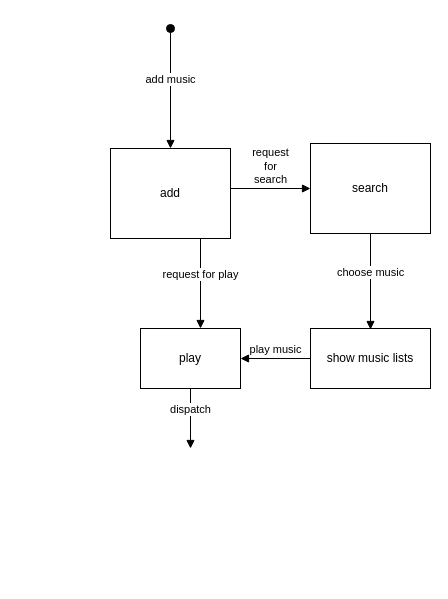
This is state-diagram-1.drawio from MohammadJavadVaez/Soft-Engineering-1-project, a draw.io file, before an edit. Source tidied: cells renumbered, new cells numbered last; positions are measured from the earlier drawing's top-left corner, leaving out a move shared by most shapes. Both pictures are drawn from the tidied source at 100%, with x=0, y=0 at pixel (110, 28).
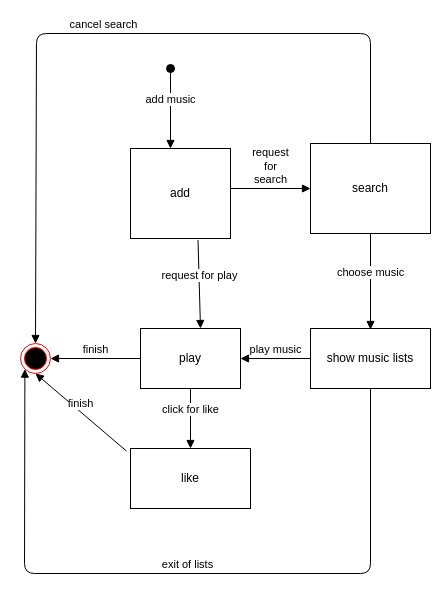
The same page after the edit.

The change refers to these unchanged cells:
```xml
<mxCell id="5" value="search" style="rounded=0;whiteSpace=wrap;html=1;" parent="1" vertex="1">
  <mxGeometry x="200" y="115" width="120" height="90" as="geometry" />
</mxCell>
<mxCell id="7" value="play" style="rounded=0;whiteSpace=wrap;html=1;" parent="1" vertex="1">
  <mxGeometry x="30" y="300" width="100" height="60" as="geometry" />
</mxCell>
<mxCell id="8" value="show music lists" style="rounded=0;whiteSpace=wrap;html=1;" parent="1" vertex="1">
  <mxGeometry x="200" y="300" width="120" height="60" as="geometry" />
</mxCell>
```

Change to the diagram source:
```diff
@@
     <mxCell id="2" value="add music" style="html=1;verticalAlign=bottom;startArrow=oval;startFill=1;endArrow=block;startSize=8;" parent="1" edge="1">
       <mxGeometry relative="1" as="geometry">
-        <mxPoint x="60" as="sourcePoint" />
+        <mxPoint x="60" y="40" as="sourcePoint" />
         <mxPoint x="60" y="120" as="targetPoint" />
       </mxGeometry>
     </mxCell>
     <mxCell id="3" value="add" style="rounded=0;whiteSpace=wrap;html=1;" parent="1" vertex="1">
-      <mxGeometry y="120" width="120" height="90" as="geometry" />
+      <mxGeometry x="20" y="120" width="100" height="90" as="geometry" />
     </mxCell>
@@
-    <mxCell id="6" value="request for play" style="html=1;verticalAlign=bottom;endArrow=block;exitX=0.75;exitY=1;exitDx=0;exitDy=0;" parent="1" edge="1" source="3">
+    <mxCell id="6" value="request for play" style="html=1;verticalAlign=bottom;endArrow=block;exitX=0.675;exitY=1.018;exitDx=0;exitDy=0;exitPerimeter=0;" parent="1" edge="1" source="3">
       <mxGeometry relative="1" as="geometry">
         <mxPoint x="90" y="300" as="targetPoint" />
       </mxGeometry>
     </mxCell>
@@
-    <mxCell id="11" value="dispatch" style="html=1;verticalAlign=bottom;endArrow=block;exitX=0.5;exitY=1;exitDx=0;exitDy=0;" parent="1" edge="1" source="7">
-      <mxGeometry relative="1" as="geometry">
-        <mxPoint x="80" y="420" as="targetPoint" />
-      </mxGeometry>
-    </mxCell>
+    <mxCell id="12" value="click for like" style="html=1;verticalAlign=bottom;endArrow=block;exitX=0.5;exitY=1;exitDx=0;exitDy=0;" parent="1" edge="1" source="7">
+      <mxGeometry relative="1" as="geometry">
+        <mxPoint x="80" y="420" as="targetPoint" />
+      </mxGeometry>
+    </mxCell>
+    <mxCell id="13" value="like" style="rounded=0;whiteSpace=wrap;html=1;" parent="1" vertex="1">
+      <mxGeometry x="20" y="420" width="120" height="60" as="geometry" />
+    </mxCell>
+    <mxCell id="14" value="finish" style="html=1;verticalAlign=bottom;endArrow=block;exitX=0;exitY=0.5;exitDx=0;exitDy=0;" parent="1" edge="1" source="7">
+      <mxGeometry relative="1" as="geometry">
+        <mxPoint x="-60" y="330" as="targetPoint" />
+      </mxGeometry>
+    </mxCell>
+    <mxCell id="15" style="ellipse;html=1;shape=endState;fillColor=#000000;strokeColor=#ff0000;" parent="1" vertex="1">
+      <mxGeometry x="-90" y="315" width="30" height="30" as="geometry" />
+    </mxCell>
+    <mxCell id="16" value="finish" style="html=1;verticalAlign=bottom;endArrow=block;entryX=0.5;entryY=1;entryDx=0;entryDy=0;exitX=-0.033;exitY=0.043;exitDx=0;exitDy=0;exitPerimeter=0;" parent="1" edge="1" source="13" target="15">
+      <mxGeometry relative="1" as="geometry" />
+    </mxCell>
+    <mxCell id="17" value="cancel search" style="html=1;verticalAlign=bottom;endArrow=block;entryX=0.5;entryY=0;entryDx=0;entryDy=0;exitX=0.5;exitY=0;exitDx=0;exitDy=0;" parent="1" edge="1" source="5" target="15">
+      <mxGeometry relative="1" as="geometry">
+        <Array as="points">
+          <mxPoint x="260" y="5" />
+          <mxPoint x="-74" y="5" />
+        </Array>
+      </mxGeometry>
+    </mxCell>
+    <mxCell id="18" value="exit of lists" style="html=1;verticalAlign=bottom;endArrow=block;exitX=0.5;exitY=1;exitDx=0;exitDy=0;entryX=0;entryY=1;entryDx=0;entryDy=0;" parent="1" edge="1" source="8" target="15">
+      <mxGeometry relative="1" as="geometry">
+        <Array as="points">
+          <mxPoint x="260" y="545" />
+          <mxPoint x="-86" y="545" />
+        </Array>
+      </mxGeometry>
+    </mxCell>
```
